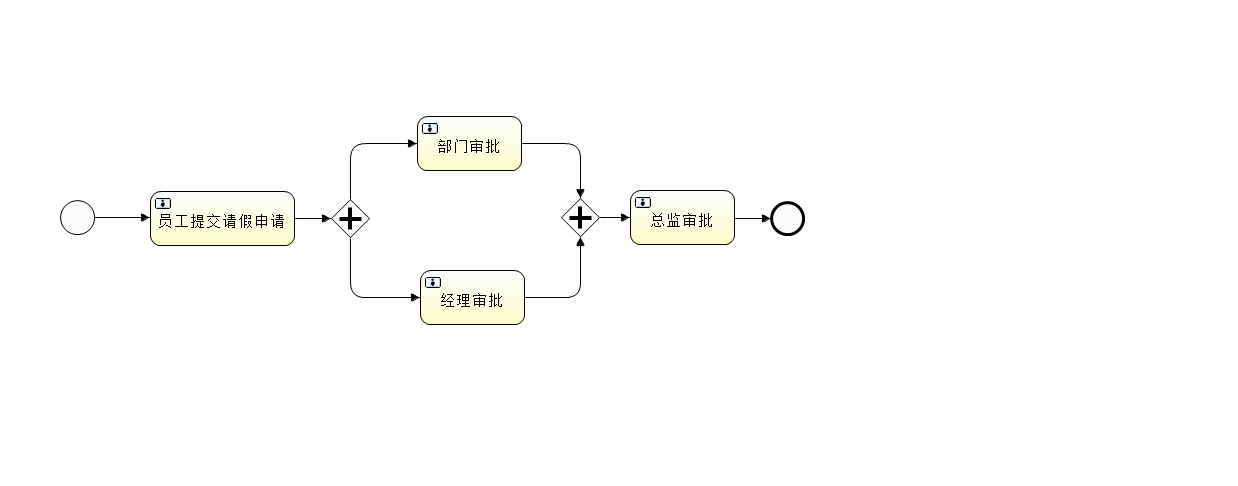
wushaopei/plush-activiti keeps this BPMN diagram as src/main/resources/diagrams/MyProcess5.png. Above is the earlier version. Its source is kept beside it as src/main/resources/diagrams/MyProcess5.bpmn. Ids are renumbered. Its diagram source:
```xml
<definitions xmlns="http://www.omg.org/spec/BPMN/20100524/MODEL" xmlns:xsi="http://www.w3.org/2001/XMLSchema-instance" xmlns:xsd="http://www.w3.org/2001/XMLSchema" xmlns:activiti="http://activiti.org/bpmn" xmlns:bpmndi="http://www.omg.org/spec/BPMN/20100524/DI" xmlns:omgdc="http://www.omg.org/spec/DD/20100524/DC" xmlns:omgdi="http://www.omg.org/spec/DD/20100524/DI" typeLanguage="http://www.w3.org/2001/XMLSchema" expressionLanguage="http://www.w3.org/1999/XPath" targetNamespace="http://www.activiti.org/test">
  <process id="parallel" name="parallel" isExecutable="true">
    <startEvent id="startevent1" name="Start"></startEvent>
    <userTask id="usertask1" name="员工提交请假申请" activiti:assignee="吴刚"></userTask>
    <sequenceFlow id="flow1" sourceRef="startevent1" targetRef="usertask1"></sequenceFlow>
    <endEvent id="endevent1" name="End"></endEvent>
    <userTask id="usertask2" name="总监审批" activiti:assignee="刘松"></userTask>
    <sequenceFlow id="flow16" sourceRef="usertask2" targetRef="endevent1"></sequenceFlow>
  </process>
  <bpmndi:BPMNDiagram id="BPMNDiagram_parallel">
    <bpmndi:BPMNPlane bpmnElement="parallel" id="BPMNPlane_parallel">
      <bpmndi:BPMNShape bpmnElement="startevent1" id="BPMNShape_startevent1">
        <omgdc:Bounds height="35.0" width="35.0" x="60.0" y="200.0"></omgdc:Bounds>
      </bpmndi:BPMNShape>
      <bpmndi:BPMNShape bpmnElement="usertask1" id="BPMNShape_usertask1">
        <omgdc:Bounds height="55.0" width="145.0" x="150.0" y="191.0"></omgdc:Bounds>
      </bpmndi:BPMNShape>
      <bpmndi:BPMNShape bpmnElement="endevent1" id="BPMNShape_endevent1">
        <omgdc:Bounds height="35.0" width="35.0" x="770.0" y="201.0"></omgdc:Bounds>
      </bpmndi:BPMNShape>
      <bpmndi:BPMNShape bpmnElement="usertask2" id="BPMNShape_usertask2">
        <omgdc:Bounds height="55.0" width="105.0" x="630.0" y="190.0"></omgdc:Bounds>
      </bpmndi:BPMNShape>
      <bpmndi:BPMNEdge bpmnElement="flow1" id="BPMNEdge_flow1">
        <omgdi:waypoint x="95.0" y="217.0"></omgdi:waypoint>
        <omgdi:waypoint x="150.0" y="218.0"></omgdi:waypoint>
      </bpmndi:BPMNEdge>
      <bpmndi:BPMNEdge bpmnElement="flow16" id="BPMNEdge_flow16">
        <omgdi:waypoint x="735.0" y="217.0"></omgdi:waypoint>
        <omgdi:waypoint x="770.0" y="218.0"></omgdi:waypoint>
      </bpmndi:BPMNEdge>
    </bpmndi:BPMNPlane>
  </bpmndi:BPMNDiagram>
</definitions>
```
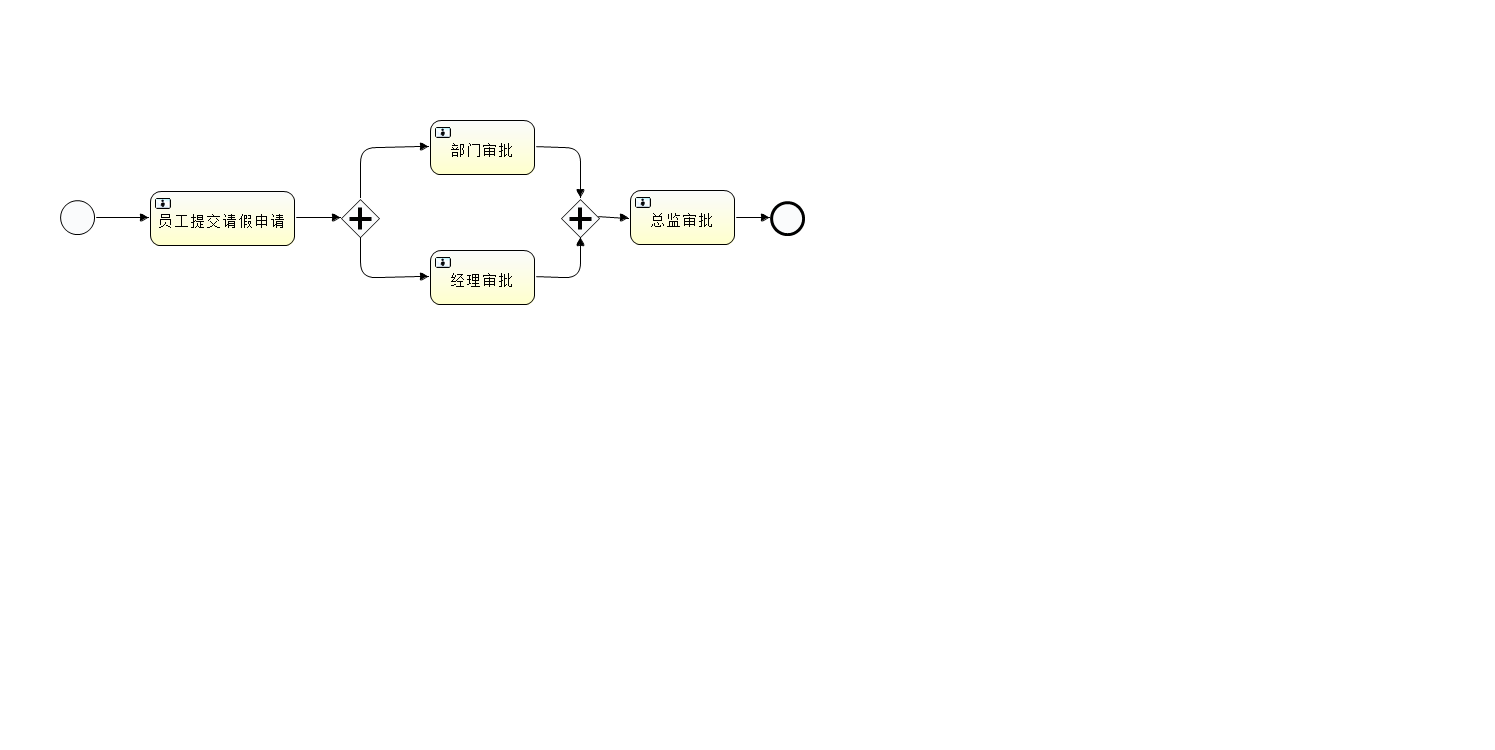
Later version of the same file.

What changed in the source:
```diff
@@ -6,6 +6,16 @@
     <endEvent id="endevent1" name="End"></endEvent>
     <userTask id="usertask2" name="总监审批" activiti:assignee="刘松"></userTask>
     <sequenceFlow id="flow16" sourceRef="usertask2" targetRef="endevent1"></sequenceFlow>
+    <parallelGateway id="parallelgateway1" name="Parallel Gateway"></parallelGateway>
+    <sequenceFlow id="flow17" sourceRef="usertask1" targetRef="parallelgateway1"></sequenceFlow>
+    <userTask id="usertask3" name="部门审批" activiti:assignee="刘宋"></userTask>
+    <userTask id="usertask4" name="经理审批" activiti:assignee="吕尚"></userTask>
+    <sequenceFlow id="flow18" sourceRef="parallelgateway1" targetRef="usertask3"></sequenceFlow>
+    <sequenceFlow id="flow19" sourceRef="parallelgateway1" targetRef="usertask4"></sequenceFlow>
+    <parallelGateway id="parallelgateway2" name="Parallel Gateway"></parallelGateway>
+    <sequenceFlow id="flow20" sourceRef="usertask3" targetRef="parallelgateway2"></sequenceFlow>
+    <sequenceFlow id="flow21" sourceRef="usertask4" targetRef="parallelgateway2"></sequenceFlow>
+    <sequenceFlow id="flow22" sourceRef="parallelgateway2" targetRef="usertask2"></sequenceFlow>
   </process>
   <bpmndi:BPMNDiagram id="BPMNDiagram_parallel">
     <bpmndi:BPMNPlane bpmnElement="parallel" id="BPMNPlane_parallel">
@@ -21,6 +31,18 @@
       <bpmndi:BPMNShape bpmnElement="usertask2" id="BPMNShape_usertask2">
         <omgdc:Bounds height="55.0" width="105.0" x="630.0" y="190.0"></omgdc:Bounds>
       </bpmndi:BPMNShape>
+      <bpmndi:BPMNShape bpmnElement="parallelgateway1" id="BPMNShape_parallelgateway1">
+        <omgdc:Bounds height="40.0" width="40.0" x="340.0" y="198.0"></omgdc:Bounds>
+      </bpmndi:BPMNShape>
+      <bpmndi:BPMNShape bpmnElement="usertask3" id="BPMNShape_usertask3">
+        <omgdc:Bounds height="55.0" width="105.0" x="430.0" y="120.0"></omgdc:Bounds>
+      </bpmndi:BPMNShape>
+      <bpmndi:BPMNShape bpmnElement="usertask4" id="BPMNShape_usertask4">
+        <omgdc:Bounds height="55.0" width="105.0" x="430.0" y="250.0"></omgdc:Bounds>
+      </bpmndi:BPMNShape>
+      <bpmndi:BPMNShape bpmnElement="parallelgateway2" id="BPMNShape_parallelgateway2">
+        <omgdc:Bounds height="40.0" width="40.0" x="560.0" y="198.0"></omgdc:Bounds>
+      </bpmndi:BPMNShape>
       <bpmndi:BPMNEdge bpmnElement="flow1" id="BPMNEdge_flow1">
         <omgdi:waypoint x="95.0" y="217.0"></omgdi:waypoint>
         <omgdi:waypoint x="150.0" y="218.0"></omgdi:waypoint>
@@ -29,6 +51,34 @@
         <omgdi:waypoint x="735.0" y="217.0"></omgdi:waypoint>
         <omgdi:waypoint x="770.0" y="218.0"></omgdi:waypoint>
       </bpmndi:BPMNEdge>
+      <bpmndi:BPMNEdge bpmnElement="flow17" id="BPMNEdge_flow17">
+        <omgdi:waypoint x="295.0" y="218.0"></omgdi:waypoint>
+        <omgdi:waypoint x="340.0" y="218.0"></omgdi:waypoint>
+      </bpmndi:BPMNEdge>
+      <bpmndi:BPMNEdge bpmnElement="flow18" id="BPMNEdge_flow18">
+        <omgdi:waypoint x="360.0" y="198.0"></omgdi:waypoint>
+        <omgdi:waypoint x="360.0" y="147.0"></omgdi:waypoint>
+        <omgdi:waypoint x="430.0" y="147.0"></omgdi:waypoint>
+      </bpmndi:BPMNEdge>
+      <bpmndi:BPMNEdge bpmnElement="flow19" id="BPMNEdge_flow19">
+        <omgdi:waypoint x="360.0" y="238.0"></omgdi:waypoint>
+        <omgdi:waypoint x="360.0" y="277.0"></omgdi:waypoint>
+        <omgdi:waypoint x="430.0" y="277.0"></omgdi:waypoint>
+      </bpmndi:BPMNEdge>
+      <bpmndi:BPMNEdge bpmnElement="flow20" id="BPMNEdge_flow20">
+        <omgdi:waypoint x="535.0" y="147.0"></omgdi:waypoint>
+        <omgdi:waypoint x="580.0" y="147.0"></omgdi:waypoint>
+        <omgdi:waypoint x="580.0" y="198.0"></omgdi:waypoint>
+      </bpmndi:BPMNEdge>
+      <bpmndi:BPMNEdge bpmnElement="flow21" id="BPMNEdge_flow21">
+        <omgdi:waypoint x="535.0" y="277.0"></omgdi:waypoint>
+        <omgdi:waypoint x="580.0" y="277.0"></omgdi:waypoint>
+        <omgdi:waypoint x="580.0" y="238.0"></omgdi:waypoint>
+      </bpmndi:BPMNEdge>
+      <bpmndi:BPMNEdge bpmnElement="flow22" id="BPMNEdge_flow22">
+        <omgdi:waypoint x="600.0" y="218.0"></omgdi:waypoint>
+        <omgdi:waypoint x="630.0" y="217.0"></omgdi:waypoint>
+      </bpmndi:BPMNEdge>
     </bpmndi:BPMNPlane>
   </bpmndi:BPMNDiagram>
 </definitions>
```
